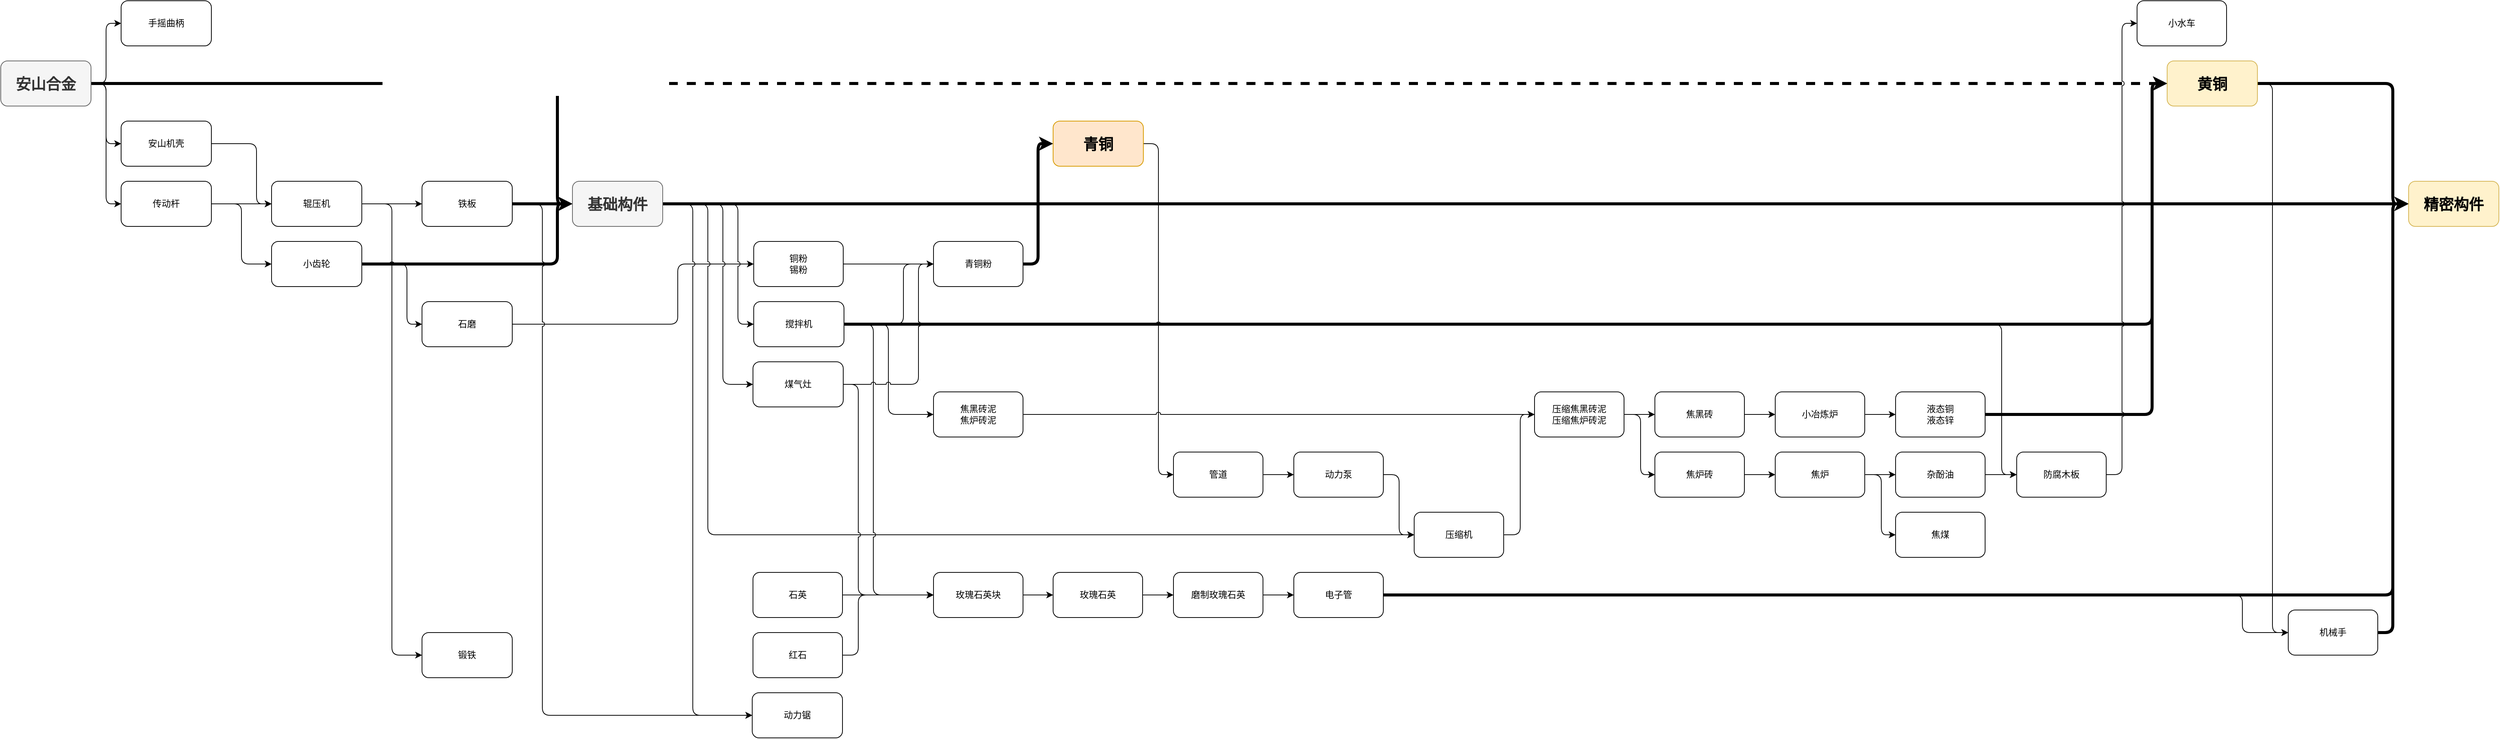
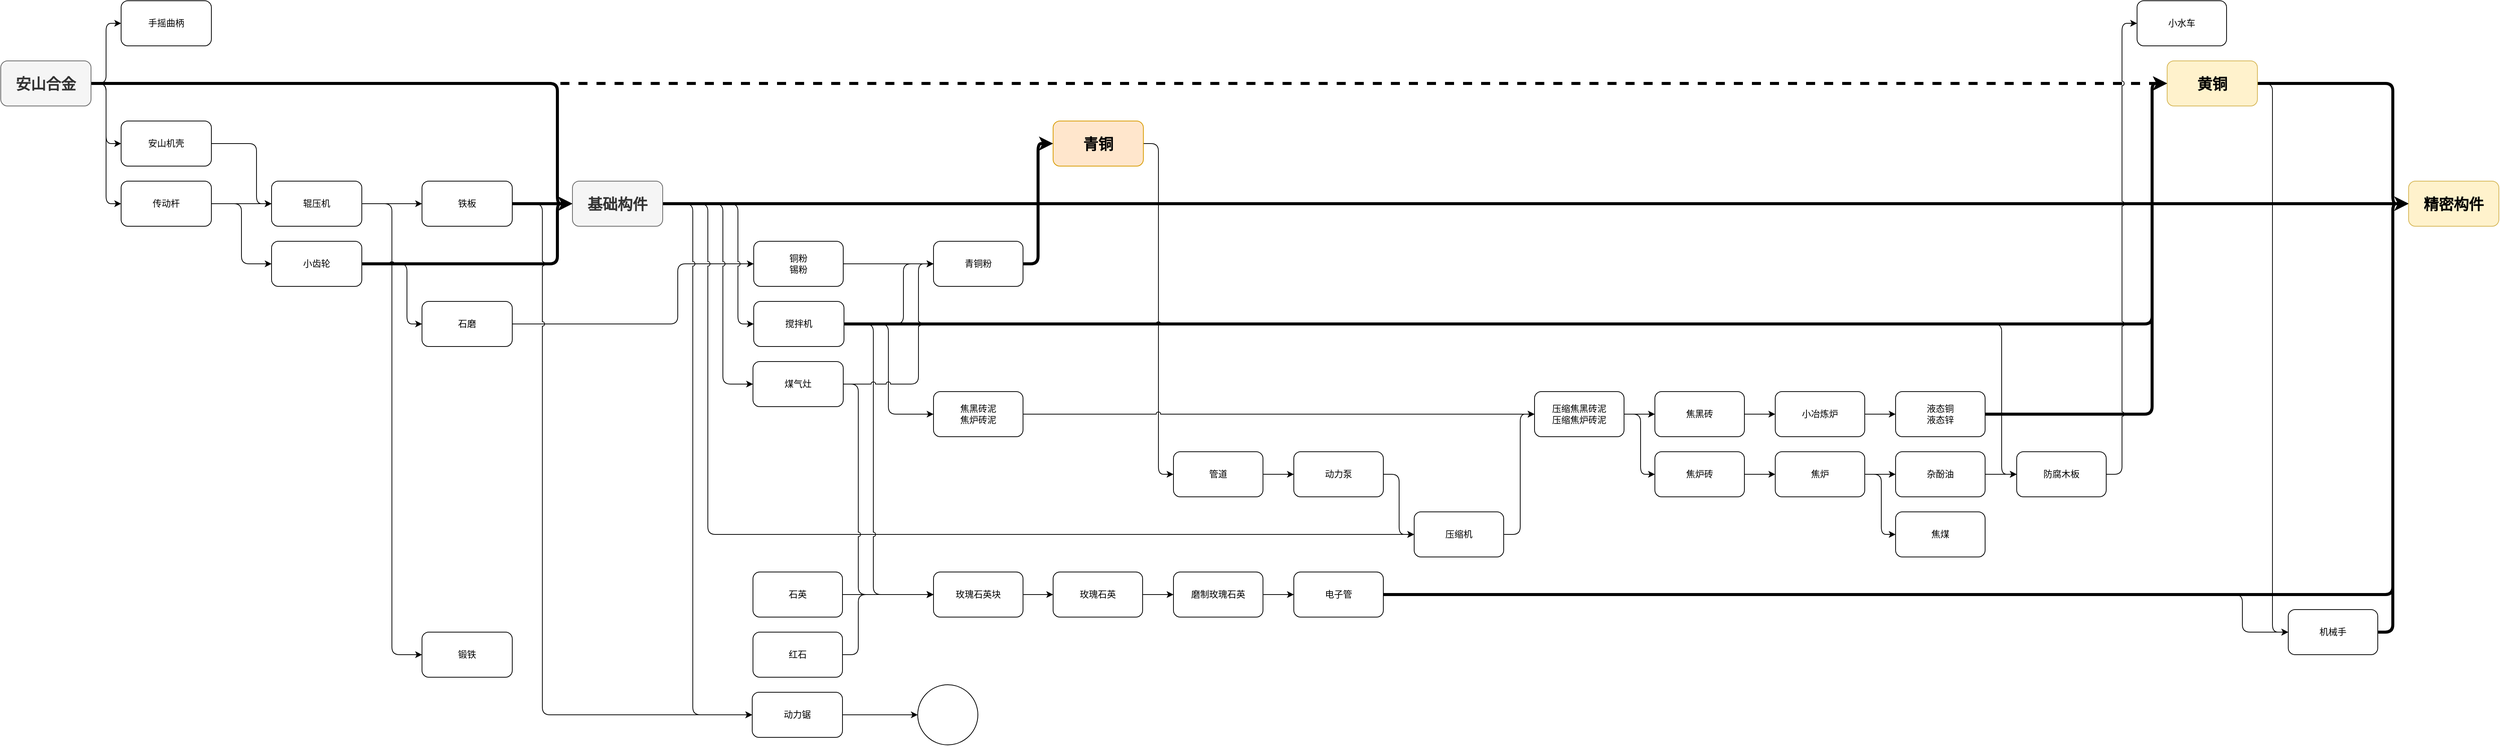
<mxfile host="app.diagrams.net">
  <diagram name="第 1 页" id="wbue6hbnNwZZhj_0dkD_">
-     <mxGraphModel dx="2386" dy="2703" grid="1" gridSize="10" guides="1" tooltips="1" connect="1" arrows="1" fold="1" page="1" pageScale="1" pageWidth="827" pageHeight="1169" math="0" shadow="0">
+     <mxGraphModel dx="1406" dy="1949" grid="1" gridSize="10" guides="1" tooltips="1" connect="1" arrows="1" fold="1" page="1" pageScale="1" pageWidth="827" pageHeight="1169" math="0" shadow="0">
      <root>
        <mxCell id="0" />
        <mxCell id="1" parent="0" />
        <mxCell id="hVVgvd0LLLONm7yzlIF5-7" edge="1" parent="1" source="hVVgvd0LLLONm7yzlIF5-4" style="edgeStyle=orthogonalEdgeStyle;rounded=1;orthogonalLoop=1;jettySize=auto;html=1;exitX=1;exitY=0.5;exitDx=0;exitDy=0;curved=0;strokeColor=#000000;align=center;verticalAlign=middle;fontFamily=Helvetica;fontSize=11;fontColor=default;labelBackgroundColor=default;jumpStyle=none;endArrow=classic;strokeWidth=4;dashed=1;" target="hVVgvd0LLLONm7yzlIF5-5">
          <mxGeometry relative="1" as="geometry">
            <Array as="points">
              <mxPoint x="270" y="80" />
              <mxPoint x="270" y="80" />
            </Array>
          </mxGeometry>
        </mxCell>
        <mxCell id="hVVgvd0LLLONm7yzlIF5-9" edge="1" parent="1" source="hVVgvd0LLLONm7yzlIF5-4" style="edgeStyle=orthogonalEdgeStyle;rounded=1;orthogonalLoop=1;jettySize=auto;html=1;exitX=1;exitY=0.5;exitDx=0;exitDy=0;entryX=0;entryY=0.5;entryDx=0;entryDy=0;curved=0;jumpStyle=arc;strokeColor=default;align=center;verticalAlign=middle;fontFamily=Helvetica;fontSize=11;fontColor=default;labelBackgroundColor=default;endArrow=classic;" target="hVVgvd0LLLONm7yzlIF5-8">
          <mxGeometry relative="1" as="geometry">
            <Array as="points">
              <mxPoint x="140" y="80" />
              <mxPoint x="140" y="240" />
            </Array>
          </mxGeometry>
        </mxCell>
        <mxCell id="hVVgvd0LLLONm7yzlIF5-11" edge="1" parent="1" source="hVVgvd0LLLONm7yzlIF5-4" style="edgeStyle=orthogonalEdgeStyle;rounded=1;orthogonalLoop=1;jettySize=auto;html=1;exitX=1;exitY=0.5;exitDx=0;exitDy=0;entryX=0;entryY=0.5;entryDx=0;entryDy=0;curved=0;strokeColor=default;align=center;verticalAlign=middle;fontFamily=Helvetica;fontSize=11;fontColor=default;labelBackgroundColor=default;jumpStyle=arc;endArrow=classic;" target="hVVgvd0LLLONm7yzlIF5-10">
          <mxGeometry relative="1" as="geometry" />
        </mxCell>
        <mxCell id="hVVgvd0LLLONm7yzlIF5-25" edge="1" parent="1" source="hVVgvd0LLLONm7yzlIF5-4" style="edgeStyle=orthogonalEdgeStyle;shape=connector;curved=0;rounded=1;jumpStyle=none;orthogonalLoop=1;jettySize=auto;html=1;exitX=1;exitY=0.5;exitDx=0;exitDy=0;entryX=0;entryY=0.5;entryDx=0;entryDy=0;strokeColor=default;align=center;verticalAlign=middle;fontFamily=Helvetica;fontSize=11;fontColor=default;labelBackgroundColor=default;endArrow=classic;strokeWidth=4;" target="hVVgvd0LLLONm7yzlIF5-23">
          <mxGeometry relative="1" as="geometry">
            <Array as="points">
              <mxPoint x="740" y="80" />
              <mxPoint x="740" y="240" />
            </Array>
          </mxGeometry>
        </mxCell>
        <mxCell id="BimTSkt5NrRpgPhiDMTA-27" edge="1" parent="1" source="hVVgvd0LLLONm7yzlIF5-4" style="edgeStyle=orthogonalEdgeStyle;shape=connector;curved=0;rounded=1;jumpStyle=arc;orthogonalLoop=1;jettySize=auto;html=1;exitX=1;exitY=0.5;exitDx=0;exitDy=0;entryX=0;entryY=0.5;entryDx=0;entryDy=0;strokeColor=default;align=center;verticalAlign=middle;fontFamily=Helvetica;fontSize=11;fontColor=default;labelBackgroundColor=default;endArrow=classic;" target="BimTSkt5NrRpgPhiDMTA-26">
          <mxGeometry relative="1" as="geometry" />
        </mxCell>
        <mxCell id="hVVgvd0LLLONm7yzlIF5-4" parent="1" style="rounded=1;whiteSpace=wrap;html=1;fillColor=#f5f5f5;fontColor=#333333;strokeColor=#666666;" value="&lt;b&gt;&lt;font style=&quot;font-size: 20px;&quot;&gt;安山合金&lt;/font&gt;&lt;/b&gt;" vertex="1">
          <mxGeometry height="60" width="120" y="50" as="geometry" />
        </mxCell>
        <mxCell id="BimTSkt5NrRpgPhiDMTA-9" edge="1" parent="1" source="hVVgvd0LLLONm7yzlIF5-5" style="edgeStyle=orthogonalEdgeStyle;shape=connector;curved=0;rounded=1;jumpStyle=arc;orthogonalLoop=1;jettySize=auto;html=1;exitX=1;exitY=0.5;exitDx=0;exitDy=0;entryX=0;entryY=0.5;entryDx=0;entryDy=0;strokeColor=default;align=center;verticalAlign=middle;fontFamily=Helvetica;fontSize=11;fontColor=default;labelBackgroundColor=default;endArrow=classic;strokeWidth=4;" target="BimTSkt5NrRpgPhiDMTA-8">
          <mxGeometry relative="1" as="geometry">
            <Array as="points">
              <mxPoint x="3180" y="80" />
              <mxPoint x="3180" y="240" />
            </Array>
          </mxGeometry>
        </mxCell>
        <mxCell id="BimTSkt5NrRpgPhiDMTA-15" edge="1" parent="1" source="hVVgvd0LLLONm7yzlIF5-5" style="edgeStyle=orthogonalEdgeStyle;shape=connector;curved=0;rounded=1;jumpStyle=arc;orthogonalLoop=1;jettySize=auto;html=1;exitX=1;exitY=0.5;exitDx=0;exitDy=0;entryX=0;entryY=0.5;entryDx=0;entryDy=0;strokeColor=default;align=center;verticalAlign=middle;fontFamily=Helvetica;fontSize=11;fontColor=default;labelBackgroundColor=default;endArrow=classic;" target="BimTSkt5NrRpgPhiDMTA-11">
          <mxGeometry relative="1" as="geometry">
            <Array as="points">
              <mxPoint x="3020" y="80" />
              <mxPoint x="3020" y="810" />
            </Array>
          </mxGeometry>
        </mxCell>
        <mxCell id="hVVgvd0LLLONm7yzlIF5-5" parent="1" style="rounded=1;whiteSpace=wrap;html=1;fillColor=#fff2cc;strokeColor=#d6b656;" value="&lt;b&gt;&lt;font style=&quot;font-size: 20px;&quot;&gt;黄铜&lt;/font&gt;&lt;/b&gt;" vertex="1">
          <mxGeometry height="60" width="120" x="2880" y="50" as="geometry" />
        </mxCell>
        <mxCell id="hVVgvd0LLLONm7yzlIF5-39" edge="1" parent="1" source="hVVgvd0LLLONm7yzlIF5-6" style="edgeStyle=orthogonalEdgeStyle;shape=connector;curved=0;rounded=1;jumpStyle=arc;orthogonalLoop=1;jettySize=auto;html=1;exitX=1;exitY=0.5;exitDx=0;exitDy=0;entryX=0;entryY=0.5;entryDx=0;entryDy=0;strokeColor=default;align=center;verticalAlign=middle;fontFamily=Helvetica;fontSize=11;fontColor=default;labelBackgroundColor=default;endArrow=classic;" target="hVVgvd0LLLONm7yzlIF5-38">
          <mxGeometry relative="1" as="geometry" />
        </mxCell>
        <mxCell id="hVVgvd0LLLONm7yzlIF5-6" parent="1" style="rounded=1;whiteSpace=wrap;html=1;fillColor=#ffe6cc;strokeColor=#d79b00;" value="&lt;b&gt;&lt;font style=&quot;font-size: 20px;&quot;&gt;青铜&lt;/font&gt;&lt;/b&gt;" vertex="1">
          <mxGeometry height="60" width="120" x="1399" y="130" as="geometry" />
        </mxCell>
        <mxCell id="hVVgvd0LLLONm7yzlIF5-14" edge="1" parent="1" source="hVVgvd0LLLONm7yzlIF5-8" style="edgeStyle=orthogonalEdgeStyle;shape=connector;curved=0;rounded=1;orthogonalLoop=1;jettySize=auto;html=1;exitX=1;exitY=0.5;exitDx=0;exitDy=0;entryX=0;entryY=0.5;entryDx=0;entryDy=0;strokeColor=default;align=center;verticalAlign=middle;fontFamily=Helvetica;fontSize=11;fontColor=default;labelBackgroundColor=default;endArrow=classic;jumpStyle=arc;" target="hVVgvd0LLLONm7yzlIF5-12">
          <mxGeometry relative="1" as="geometry" />
        </mxCell>
        <mxCell id="hVVgvd0LLLONm7yzlIF5-16" edge="1" parent="1" source="hVVgvd0LLLONm7yzlIF5-8" style="edgeStyle=orthogonalEdgeStyle;shape=connector;curved=0;rounded=1;orthogonalLoop=1;jettySize=auto;html=1;exitX=1;exitY=0.5;exitDx=0;exitDy=0;entryX=0;entryY=0.5;entryDx=0;entryDy=0;strokeColor=default;align=center;verticalAlign=middle;fontFamily=Helvetica;fontSize=11;fontColor=default;labelBackgroundColor=default;endArrow=classic;jumpStyle=arc;" target="hVVgvd0LLLONm7yzlIF5-15">
          <mxGeometry relative="1" as="geometry">
            <Array as="points">
              <mxPoint x="320" y="240" />
              <mxPoint x="320" y="320" />
            </Array>
            <mxPoint x="280" y="159.98" as="sourcePoint" />
            <mxPoint x="360" y="319.98" as="targetPoint" />
          </mxGeometry>
        </mxCell>
        <mxCell id="hVVgvd0LLLONm7yzlIF5-8" parent="1" style="rounded=1;whiteSpace=wrap;html=1;" value="传动杆" vertex="1">
          <mxGeometry height="60" width="120" x="160" y="210" as="geometry" />
        </mxCell>
        <mxCell id="hVVgvd0LLLONm7yzlIF5-13" edge="1" parent="1" source="hVVgvd0LLLONm7yzlIF5-10" style="edgeStyle=orthogonalEdgeStyle;shape=connector;curved=0;rounded=1;orthogonalLoop=1;jettySize=auto;html=1;exitX=1;exitY=0.5;exitDx=0;exitDy=0;strokeColor=default;align=center;verticalAlign=middle;fontFamily=Helvetica;fontSize=11;fontColor=default;labelBackgroundColor=default;endArrow=classic;entryX=0;entryY=0.5;entryDx=0;entryDy=0;jumpStyle=arc;" target="hVVgvd0LLLONm7yzlIF5-12">
          <mxGeometry relative="1" as="geometry">
            <Array as="points">
              <mxPoint x="340" y="160" />
              <mxPoint x="340" y="240" />
            </Array>
          </mxGeometry>
        </mxCell>
        <mxCell id="hVVgvd0LLLONm7yzlIF5-10" parent="1" style="rounded=1;whiteSpace=wrap;html=1;" value="安山机壳" vertex="1">
          <mxGeometry height="60" width="120" x="160" y="130" as="geometry" />
        </mxCell>
        <mxCell id="hVVgvd0LLLONm7yzlIF5-19" edge="1" parent="1" source="hVVgvd0LLLONm7yzlIF5-12" style="edgeStyle=orthogonalEdgeStyle;shape=connector;curved=0;rounded=1;orthogonalLoop=1;jettySize=auto;html=1;exitX=1;exitY=0.5;exitDx=0;exitDy=0;entryX=0;entryY=0.5;entryDx=0;entryDy=0;strokeColor=default;align=center;verticalAlign=middle;fontFamily=Helvetica;fontSize=11;fontColor=default;labelBackgroundColor=default;endArrow=classic;jumpStyle=arc;" target="hVVgvd0LLLONm7yzlIF5-18">
          <mxGeometry relative="1" as="geometry" />
        </mxCell>
        <mxCell id="hVVgvd0LLLONm7yzlIF5-22" edge="1" parent="1" source="hVVgvd0LLLONm7yzlIF5-12" style="edgeStyle=orthogonalEdgeStyle;shape=connector;curved=0;rounded=1;orthogonalLoop=1;jettySize=auto;html=1;exitX=1;exitY=0.5;exitDx=0;exitDy=0;entryX=0;entryY=0.5;entryDx=0;entryDy=0;strokeColor=default;align=center;verticalAlign=middle;fontFamily=Helvetica;fontSize=11;fontColor=default;labelBackgroundColor=default;endArrow=classic;jumpStyle=arc;" target="hVVgvd0LLLONm7yzlIF5-21">
          <mxGeometry relative="1" as="geometry" />
        </mxCell>
        <mxCell id="hVVgvd0LLLONm7yzlIF5-12" parent="1" style="rounded=1;whiteSpace=wrap;html=1;" value="辊压机" vertex="1">
          <mxGeometry height="60" width="120" x="360" y="210" as="geometry" />
        </mxCell>
        <mxCell id="hVVgvd0LLLONm7yzlIF5-20" edge="1" parent="1" source="hVVgvd0LLLONm7yzlIF5-15" style="edgeStyle=orthogonalEdgeStyle;shape=connector;curved=0;rounded=1;orthogonalLoop=1;jettySize=auto;html=1;exitX=1;exitY=0.5;exitDx=0;exitDy=0;strokeColor=default;align=center;verticalAlign=middle;fontFamily=Helvetica;fontSize=11;fontColor=default;labelBackgroundColor=default;endArrow=classic;entryX=0;entryY=0.5;entryDx=0;entryDy=0;jumpStyle=arc;" target="hVVgvd0LLLONm7yzlIF5-17">
          <mxGeometry relative="1" as="geometry">
            <Array as="points">
              <mxPoint x="540" y="320" />
              <mxPoint x="540" y="400" />
            </Array>
            <mxPoint x="550" y="319.9655172413793" as="targetPoint" />
          </mxGeometry>
        </mxCell>
        <mxCell id="BimTSkt5NrRpgPhiDMTA-10" edge="1" parent="1" source="hVVgvd0LLLONm7yzlIF5-15" style="edgeStyle=orthogonalEdgeStyle;shape=connector;curved=0;rounded=1;jumpStyle=none;orthogonalLoop=1;jettySize=auto;html=1;exitX=1;exitY=0.5;exitDx=0;exitDy=0;entryX=0;entryY=0.5;entryDx=0;entryDy=0;strokeColor=default;align=center;verticalAlign=middle;fontFamily=Helvetica;fontSize=11;fontColor=default;labelBackgroundColor=default;endArrow=classic;strokeWidth=4;" target="hVVgvd0LLLONm7yzlIF5-23">
          <mxGeometry relative="1" as="geometry">
            <Array as="points">
              <mxPoint x="740" y="320" />
              <mxPoint x="740" y="240" />
            </Array>
          </mxGeometry>
        </mxCell>
        <mxCell id="hVVgvd0LLLONm7yzlIF5-15" parent="1" style="rounded=1;whiteSpace=wrap;html=1;" value="小齿轮" vertex="1">
          <mxGeometry height="60" width="120" x="360" y="290" as="geometry" />
        </mxCell>
        <mxCell id="hVVgvd0LLLONm7yzlIF5-35" edge="1" parent="1" source="hVVgvd0LLLONm7yzlIF5-17" style="edgeStyle=orthogonalEdgeStyle;shape=connector;curved=0;rounded=1;jumpStyle=arc;orthogonalLoop=1;jettySize=auto;html=1;exitX=1;exitY=0.5;exitDx=0;exitDy=0;entryX=0;entryY=0.5;entryDx=0;entryDy=0;strokeColor=default;align=center;verticalAlign=middle;fontFamily=Helvetica;fontSize=11;fontColor=default;labelBackgroundColor=default;endArrow=classic;" target="hVVgvd0LLLONm7yzlIF5-32">
          <mxGeometry relative="1" as="geometry">
            <Array as="points">
              <mxPoint x="900" y="400" />
              <mxPoint x="900" y="320" />
            </Array>
          </mxGeometry>
        </mxCell>
        <mxCell id="hVVgvd0LLLONm7yzlIF5-17" parent="1" style="rounded=1;whiteSpace=wrap;html=1;" value="石磨" vertex="1">
          <mxGeometry height="60" width="120" x="560" y="370" as="geometry" />
        </mxCell>
        <mxCell id="hVVgvd0LLLONm7yzlIF5-24" edge="1" parent="1" source="hVVgvd0LLLONm7yzlIF5-18" style="edgeStyle=orthogonalEdgeStyle;shape=connector;curved=0;rounded=1;jumpStyle=none;orthogonalLoop=1;jettySize=auto;html=1;exitX=1;exitY=0.5;exitDx=0;exitDy=0;strokeColor=default;align=center;verticalAlign=middle;fontFamily=Helvetica;fontSize=11;fontColor=default;labelBackgroundColor=default;endArrow=classic;strokeWidth=4;entryX=0;entryY=0.5;entryDx=0;entryDy=0;" target="hVVgvd0LLLONm7yzlIF5-23">
          <mxGeometry relative="1" as="geometry" />
        </mxCell>
        <mxCell id="4fcqwB5ZCuZv3aRTupUW-13" edge="1" parent="1" source="hVVgvd0LLLONm7yzlIF5-18" style="edgeStyle=orthogonalEdgeStyle;shape=connector;curved=0;rounded=1;jumpStyle=arc;orthogonalLoop=1;jettySize=auto;html=1;exitX=1;exitY=0.5;exitDx=0;exitDy=0;entryX=0;entryY=0.5;entryDx=0;entryDy=0;strokeColor=default;align=center;verticalAlign=middle;fontFamily=Helvetica;fontSize=11;fontColor=default;labelBackgroundColor=default;endArrow=classic;" target="4fcqwB5ZCuZv3aRTupUW-11">
          <mxGeometry relative="1" as="geometry">
            <Array as="points">
              <mxPoint x="720" y="240" />
              <mxPoint x="720" y="920" />
            </Array>
          </mxGeometry>
        </mxCell>
        <mxCell id="hVVgvd0LLLONm7yzlIF5-18" parent="1" style="rounded=1;whiteSpace=wrap;html=1;" value="铁板" vertex="1">
          <mxGeometry height="60" width="120" x="560" y="210" as="geometry" />
        </mxCell>
        <mxCell id="hVVgvd0LLLONm7yzlIF5-21" parent="1" style="rounded=1;whiteSpace=wrap;html=1;" value="锻铁" vertex="1">
          <mxGeometry height="60" width="120" x="560" y="810" as="geometry" />
        </mxCell>
        <mxCell id="hVVgvd0LLLONm7yzlIF5-28" edge="1" parent="1" style="edgeStyle=orthogonalEdgeStyle;shape=connector;curved=0;rounded=1;jumpStyle=arc;orthogonalLoop=1;jettySize=auto;html=1;entryX=0;entryY=0.5;entryDx=0;entryDy=0;strokeColor=default;align=center;verticalAlign=middle;fontFamily=Helvetica;fontSize=11;fontColor=default;labelBackgroundColor=default;endArrow=classic;" target="hVVgvd0LLLONm7yzlIF5-27">
          <mxGeometry relative="1" as="geometry">
            <Array as="points">
              <mxPoint x="980" y="240" />
              <mxPoint x="980" y="400" />
            </Array>
            <mxPoint x="880" y="240" as="sourcePoint" />
          </mxGeometry>
        </mxCell>
        <mxCell id="hVVgvd0LLLONm7yzlIF5-44" edge="1" parent="1" source="hVVgvd0LLLONm7yzlIF5-23" style="edgeStyle=orthogonalEdgeStyle;shape=connector;curved=0;rounded=1;jumpStyle=arc;orthogonalLoop=1;jettySize=auto;html=1;exitX=1;exitY=0.5;exitDx=0;exitDy=0;entryX=0;entryY=0.5;entryDx=0;entryDy=0;strokeColor=default;align=center;verticalAlign=middle;fontFamily=Helvetica;fontSize=11;fontColor=default;labelBackgroundColor=default;endArrow=classic;" target="hVVgvd0LLLONm7yzlIF5-42">
          <mxGeometry relative="1" as="geometry">
            <Array as="points">
              <mxPoint x="940" y="240" />
              <mxPoint x="940" y="680" />
            </Array>
            <mxPoint x="920" y="240" as="sourcePoint" />
          </mxGeometry>
        </mxCell>
        <mxCell id="hVVgvd0LLLONm7yzlIF5-50" edge="1" parent="1" source="hVVgvd0LLLONm7yzlIF5-23" style="edgeStyle=orthogonalEdgeStyle;shape=connector;curved=0;rounded=1;jumpStyle=arc;orthogonalLoop=1;jettySize=auto;html=1;exitX=1;exitY=0.5;exitDx=0;exitDy=0;entryX=0;entryY=0.5;entryDx=0;entryDy=0;strokeColor=default;align=center;verticalAlign=middle;fontFamily=Helvetica;fontSize=11;fontColor=default;labelBackgroundColor=default;endArrow=classic;" target="hVVgvd0LLLONm7yzlIF5-48">
          <mxGeometry relative="1" as="geometry">
            <Array as="points">
              <mxPoint x="960" y="240" />
              <mxPoint x="960" y="480" />
            </Array>
            <mxPoint x="920" y="240" as="sourcePoint" />
          </mxGeometry>
        </mxCell>
        <mxCell id="4fcqwB5ZCuZv3aRTupUW-12" edge="1" parent="1" source="hVVgvd0LLLONm7yzlIF5-23" style="edgeStyle=orthogonalEdgeStyle;shape=connector;curved=0;rounded=1;jumpStyle=arc;orthogonalLoop=1;jettySize=auto;html=1;exitX=1;exitY=0.5;exitDx=0;exitDy=0;entryX=0;entryY=0.5;entryDx=0;entryDy=0;strokeColor=default;align=center;verticalAlign=middle;fontFamily=Helvetica;fontSize=11;fontColor=default;labelBackgroundColor=default;endArrow=classic;" target="4fcqwB5ZCuZv3aRTupUW-11">
          <mxGeometry relative="1" as="geometry">
            <Array as="points">
              <mxPoint x="920" y="240" />
              <mxPoint x="920" y="920" />
            </Array>
          </mxGeometry>
        </mxCell>
        <mxCell id="BimTSkt5NrRpgPhiDMTA-16" edge="1" parent="1" source="hVVgvd0LLLONm7yzlIF5-23" style="edgeStyle=orthogonalEdgeStyle;shape=connector;curved=0;rounded=1;jumpStyle=none;orthogonalLoop=1;jettySize=auto;html=1;exitX=1;exitY=0.5;exitDx=0;exitDy=0;entryX=0;entryY=0.5;entryDx=0;entryDy=0;strokeColor=#000000;align=center;verticalAlign=middle;fontFamily=Helvetica;fontSize=11;fontColor=default;labelBackgroundColor=default;endArrow=classic;strokeWidth=4;" target="BimTSkt5NrRpgPhiDMTA-8">
          <mxGeometry relative="1" as="geometry" />
        </mxCell>
        <mxCell id="hVVgvd0LLLONm7yzlIF5-23" parent="1" style="rounded=1;whiteSpace=wrap;html=1;fillColor=#f5f5f5;fontColor=#333333;strokeColor=#666666;" value="&lt;b&gt;&lt;font style=&quot;font-size: 20px;&quot;&gt;基础构件&lt;/font&gt;&lt;/b&gt;" vertex="1">
          <mxGeometry height="60" width="120" x="760" y="210" as="geometry" />
        </mxCell>
        <mxCell id="hVVgvd0LLLONm7yzlIF5-30" edge="1" parent="1" source="hVVgvd0LLLONm7yzlIF5-27" style="edgeStyle=orthogonalEdgeStyle;shape=connector;curved=0;rounded=1;jumpStyle=arc;orthogonalLoop=1;jettySize=auto;html=1;exitX=1;exitY=0.5;exitDx=0;exitDy=0;strokeColor=default;align=center;verticalAlign=middle;fontFamily=Helvetica;fontSize=11;fontColor=default;labelBackgroundColor=default;endArrow=classic;entryX=0;entryY=0.5;entryDx=0;entryDy=0;" target="hVVgvd0LLLONm7yzlIF5-29">
          <mxGeometry relative="1" as="geometry">
            <Array as="points">
              <mxPoint x="1200" y="400" />
              <mxPoint x="1200" y="320" />
            </Array>
            <mxPoint x="1200" y="410" as="targetPoint" />
          </mxGeometry>
        </mxCell>
        <mxCell id="hVVgvd0LLLONm7yzlIF5-37" edge="1" parent="1" source="hVVgvd0LLLONm7yzlIF5-27" style="edgeStyle=orthogonalEdgeStyle;shape=connector;curved=0;rounded=1;jumpStyle=arc;orthogonalLoop=1;jettySize=auto;html=1;exitX=1;exitY=0.5;exitDx=0;exitDy=0;entryX=0;entryY=0.5;entryDx=0;entryDy=0;strokeColor=default;align=center;verticalAlign=middle;fontFamily=Helvetica;fontSize=11;fontColor=default;labelBackgroundColor=default;endArrow=classic;" target="hVVgvd0LLLONm7yzlIF5-36">
          <mxGeometry relative="1" as="geometry">
            <Array as="points">
              <mxPoint x="1180" y="400" />
              <mxPoint x="1180" y="520" />
            </Array>
          </mxGeometry>
        </mxCell>
        <mxCell id="4fcqwB5ZCuZv3aRTupUW-6" edge="1" parent="1" source="hVVgvd0LLLONm7yzlIF5-27" style="edgeStyle=orthogonalEdgeStyle;shape=connector;curved=0;rounded=1;jumpStyle=arc;orthogonalLoop=1;jettySize=auto;html=1;exitX=1;exitY=0.5;exitDx=0;exitDy=0;entryX=0;entryY=0.5;entryDx=0;entryDy=0;strokeColor=default;align=center;verticalAlign=middle;fontFamily=Helvetica;fontSize=11;fontColor=default;labelBackgroundColor=default;endArrow=classic;" target="4fcqwB5ZCuZv3aRTupUW-4">
          <mxGeometry relative="1" as="geometry">
            <Array as="points">
              <mxPoint x="1160" y="400" />
              <mxPoint x="1160" y="760" />
            </Array>
          </mxGeometry>
        </mxCell>
        <mxCell id="BimTSkt5NrRpgPhiDMTA-6" edge="1" parent="1" source="hVVgvd0LLLONm7yzlIF5-27" style="edgeStyle=orthogonalEdgeStyle;shape=connector;curved=0;rounded=1;jumpStyle=none;orthogonalLoop=1;jettySize=auto;html=1;exitX=1;exitY=0.5;exitDx=0;exitDy=0;strokeColor=default;align=center;verticalAlign=middle;fontFamily=Helvetica;fontSize=11;fontColor=default;labelBackgroundColor=default;endArrow=classic;entryX=0;entryY=0.5;entryDx=0;entryDy=0;strokeWidth=4;" target="hVVgvd0LLLONm7yzlIF5-5">
          <mxGeometry relative="1" as="geometry">
            <Array as="points">
              <mxPoint x="2860" y="400" />
              <mxPoint x="2860" y="80" />
            </Array>
            <mxPoint x="2600" y="90" as="targetPoint" />
          </mxGeometry>
        </mxCell>
        <mxCell id="BimTSkt5NrRpgPhiDMTA-31" edge="1" parent="1" source="hVVgvd0LLLONm7yzlIF5-27" style="edgeStyle=orthogonalEdgeStyle;shape=connector;curved=0;rounded=1;jumpStyle=arc;orthogonalLoop=1;jettySize=auto;html=1;exitX=1;exitY=0.5;exitDx=0;exitDy=0;entryX=0;entryY=0.5;entryDx=0;entryDy=0;strokeColor=default;align=center;verticalAlign=middle;fontFamily=Helvetica;fontSize=11;fontColor=default;labelBackgroundColor=default;endArrow=classic;" target="BimTSkt5NrRpgPhiDMTA-29">
          <mxGeometry relative="1" as="geometry">
            <Array as="points">
              <mxPoint x="2660" y="400" />
              <mxPoint x="2660" y="600" />
            </Array>
          </mxGeometry>
        </mxCell>
        <mxCell id="hVVgvd0LLLONm7yzlIF5-27" parent="1" style="rounded=1;whiteSpace=wrap;html=1;" value="搅拌机" vertex="1">
          <mxGeometry height="60" width="120" x="1001" y="370" as="geometry" />
        </mxCell>
        <mxCell id="hVVgvd0LLLONm7yzlIF5-31" edge="1" parent="1" source="hVVgvd0LLLONm7yzlIF5-29" style="edgeStyle=orthogonalEdgeStyle;shape=connector;curved=0;rounded=1;jumpStyle=none;orthogonalLoop=1;jettySize=auto;html=1;exitX=1;exitY=0.5;exitDx=0;exitDy=0;entryX=0;entryY=0.5;entryDx=0;entryDy=0;strokeColor=default;align=center;verticalAlign=middle;fontFamily=Helvetica;fontSize=11;fontColor=default;labelBackgroundColor=default;endArrow=classic;strokeWidth=4;" target="hVVgvd0LLLONm7yzlIF5-6">
          <mxGeometry relative="1" as="geometry" />
        </mxCell>
        <mxCell id="hVVgvd0LLLONm7yzlIF5-29" parent="1" style="rounded=1;whiteSpace=wrap;html=1;" value="青铜粉" vertex="1">
          <mxGeometry height="60" width="119" x="1240" y="290" as="geometry" />
        </mxCell>
        <mxCell id="hVVgvd0LLLONm7yzlIF5-34" edge="1" parent="1" source="hVVgvd0LLLONm7yzlIF5-32" style="edgeStyle=orthogonalEdgeStyle;shape=connector;curved=0;rounded=1;jumpStyle=arc;orthogonalLoop=1;jettySize=auto;html=1;exitX=1;exitY=0.5;exitDx=0;exitDy=0;entryX=0;entryY=0.5;entryDx=0;entryDy=0;strokeColor=default;align=center;verticalAlign=middle;fontFamily=Helvetica;fontSize=11;fontColor=default;labelBackgroundColor=default;endArrow=classic;" target="hVVgvd0LLLONm7yzlIF5-29">
          <mxGeometry relative="1" as="geometry">
            <Array as="points">
              <mxPoint x="1190" y="320" />
              <mxPoint x="1190" y="320" />
            </Array>
          </mxGeometry>
        </mxCell>
        <mxCell id="hVVgvd0LLLONm7yzlIF5-32" parent="1" style="rounded=1;whiteSpace=wrap;html=1;" value="铜粉&lt;div&gt;锡粉&lt;/div&gt;" vertex="1">
          <mxGeometry height="60" width="119" x="1001" y="290" as="geometry" />
        </mxCell>
        <mxCell id="hVVgvd0LLLONm7yzlIF5-47" edge="1" parent="1" source="hVVgvd0LLLONm7yzlIF5-36" style="edgeStyle=orthogonalEdgeStyle;shape=connector;curved=0;rounded=1;jumpStyle=arc;orthogonalLoop=1;jettySize=auto;html=1;exitX=1;exitY=0.5;exitDx=0;exitDy=0;entryX=0;entryY=0.5;entryDx=0;entryDy=0;strokeColor=default;align=center;verticalAlign=middle;fontFamily=Helvetica;fontSize=11;fontColor=default;labelBackgroundColor=default;endArrow=classic;" target="hVVgvd0LLLONm7yzlIF5-45">
          <mxGeometry relative="1" as="geometry" />
        </mxCell>
        <mxCell id="hVVgvd0LLLONm7yzlIF5-36" parent="1" style="rounded=1;whiteSpace=wrap;html=1;" value="焦黑砖泥&lt;div&gt;焦炉砖泥&lt;/div&gt;" vertex="1">
          <mxGeometry height="60" width="119" x="1240" y="490" as="geometry" />
        </mxCell>
        <mxCell id="hVVgvd0LLLONm7yzlIF5-41" edge="1" parent="1" source="hVVgvd0LLLONm7yzlIF5-38" style="edgeStyle=orthogonalEdgeStyle;shape=connector;curved=0;rounded=1;jumpStyle=arc;orthogonalLoop=1;jettySize=auto;html=1;exitX=1;exitY=0.5;exitDx=0;exitDy=0;strokeColor=default;align=center;verticalAlign=middle;fontFamily=Helvetica;fontSize=11;fontColor=default;labelBackgroundColor=default;endArrow=classic;" target="hVVgvd0LLLONm7yzlIF5-40">
          <mxGeometry relative="1" as="geometry" />
        </mxCell>
        <mxCell id="hVVgvd0LLLONm7yzlIF5-38" parent="1" style="rounded=1;whiteSpace=wrap;html=1;" value="管道" vertex="1">
          <mxGeometry height="60" width="119" x="1559" y="570" as="geometry" />
        </mxCell>
        <mxCell id="hVVgvd0LLLONm7yzlIF5-43" edge="1" parent="1" source="hVVgvd0LLLONm7yzlIF5-40" style="edgeStyle=orthogonalEdgeStyle;shape=connector;curved=0;rounded=1;jumpStyle=arc;orthogonalLoop=1;jettySize=auto;html=1;exitX=1;exitY=0.5;exitDx=0;exitDy=0;strokeColor=default;align=center;verticalAlign=middle;fontFamily=Helvetica;fontSize=11;fontColor=default;labelBackgroundColor=default;endArrow=classic;" target="hVVgvd0LLLONm7yzlIF5-42">
          <mxGeometry relative="1" as="geometry">
            <Array as="points">
              <mxPoint x="1859" y="600" />
              <mxPoint x="1859" y="680" />
            </Array>
          </mxGeometry>
        </mxCell>
        <mxCell id="hVVgvd0LLLONm7yzlIF5-40" parent="1" style="rounded=1;whiteSpace=wrap;html=1;" value="动力泵" vertex="1">
          <mxGeometry height="60" width="119" x="1719" y="570" as="geometry" />
        </mxCell>
        <mxCell id="hVVgvd0LLLONm7yzlIF5-46" edge="1" parent="1" source="hVVgvd0LLLONm7yzlIF5-42" style="edgeStyle=orthogonalEdgeStyle;shape=connector;curved=0;rounded=1;jumpStyle=arc;orthogonalLoop=1;jettySize=auto;html=1;exitX=1;exitY=0.5;exitDx=0;exitDy=0;entryX=0;entryY=0.5;entryDx=0;entryDy=0;strokeColor=default;align=center;verticalAlign=middle;fontFamily=Helvetica;fontSize=11;fontColor=default;labelBackgroundColor=default;endArrow=classic;" target="hVVgvd0LLLONm7yzlIF5-45">
          <mxGeometry relative="1" as="geometry">
            <Array as="points">
              <mxPoint x="2020" y="680" />
              <mxPoint x="2020" y="520" />
            </Array>
          </mxGeometry>
        </mxCell>
        <mxCell id="hVVgvd0LLLONm7yzlIF5-42" parent="1" style="rounded=1;whiteSpace=wrap;html=1;" value="压缩机" vertex="1">
          <mxGeometry height="60" width="119" x="1879" y="650" as="geometry" />
        </mxCell>
        <mxCell id="Ze34olLxH3gQG4Mn-upq-2" edge="1" parent="1" source="hVVgvd0LLLONm7yzlIF5-45" style="edgeStyle=orthogonalEdgeStyle;rounded=1;orthogonalLoop=1;jettySize=auto;html=1;exitX=1;exitY=0.5;exitDx=0;exitDy=0;entryX=0;entryY=0.5;entryDx=0;entryDy=0;" target="Ze34olLxH3gQG4Mn-upq-1">
          <mxGeometry relative="1" as="geometry" />
        </mxCell>
        <mxCell id="BimTSkt5NrRpgPhiDMTA-18" edge="1" parent="1" source="hVVgvd0LLLONm7yzlIF5-45" style="edgeStyle=orthogonalEdgeStyle;shape=connector;curved=0;rounded=1;jumpStyle=arc;orthogonalLoop=1;jettySize=auto;html=1;exitX=1;exitY=0.5;exitDx=0;exitDy=0;entryX=0;entryY=0.5;entryDx=0;entryDy=0;strokeColor=default;align=center;verticalAlign=middle;fontFamily=Helvetica;fontSize=11;fontColor=default;labelBackgroundColor=default;endArrow=classic;" target="BimTSkt5NrRpgPhiDMTA-17">
          <mxGeometry relative="1" as="geometry">
            <Array as="points">
              <mxPoint x="2180" y="520" />
              <mxPoint x="2180" y="600" />
            </Array>
          </mxGeometry>
        </mxCell>
        <mxCell id="hVVgvd0LLLONm7yzlIF5-45" parent="1" style="rounded=1;whiteSpace=wrap;html=1;" value="压缩焦黑砖泥&lt;div&gt;压缩焦炉砖泥&lt;/div&gt;" vertex="1">
          <mxGeometry height="60" width="119" x="2039" y="490" as="geometry" />
        </mxCell>
        <mxCell id="hVVgvd0LLLONm7yzlIF5-49" edge="1" parent="1" source="hVVgvd0LLLONm7yzlIF5-48" style="edgeStyle=orthogonalEdgeStyle;shape=connector;curved=0;rounded=1;jumpStyle=arc;orthogonalLoop=1;jettySize=auto;html=1;exitX=1;exitY=0.5;exitDx=0;exitDy=0;entryX=0;entryY=0.5;entryDx=0;entryDy=0;strokeColor=default;align=center;verticalAlign=middle;fontFamily=Helvetica;fontSize=11;fontColor=default;labelBackgroundColor=default;endArrow=classic;" target="hVVgvd0LLLONm7yzlIF5-29">
          <mxGeometry relative="1" as="geometry">
            <Array as="points">
              <mxPoint x="1220" y="480" />
              <mxPoint x="1220" y="320" />
            </Array>
          </mxGeometry>
        </mxCell>
        <mxCell id="2kDL9RDc8AbcMjuMP2Lo-1" edge="1" parent="1" source="hVVgvd0LLLONm7yzlIF5-48" style="edgeStyle=orthogonalEdgeStyle;rounded=1;orthogonalLoop=1;jettySize=auto;html=1;exitX=1;exitY=0.5;exitDx=0;exitDy=0;entryX=0;entryY=0.5;entryDx=0;entryDy=0;jumpStyle=arc;curved=0;" target="4fcqwB5ZCuZv3aRTupUW-4">
          <mxGeometry relative="1" as="geometry">
            <Array as="points">
              <mxPoint x="1140" y="480" />
              <mxPoint x="1140" y="760" />
            </Array>
          </mxGeometry>
        </mxCell>
        <mxCell id="hVVgvd0LLLONm7yzlIF5-48" parent="1" style="rounded=1;whiteSpace=wrap;html=1;" value="煤气灶" vertex="1">
          <mxGeometry height="60" width="120" x="1000" y="450" as="geometry" />
        </mxCell>
        <mxCell id="4fcqwB5ZCuZv3aRTupUW-8" edge="1" parent="1" source="4fcqwB5ZCuZv3aRTupUW-1" style="edgeStyle=orthogonalEdgeStyle;shape=connector;curved=0;rounded=1;jumpStyle=arc;orthogonalLoop=1;jettySize=auto;html=1;exitX=1;exitY=0.5;exitDx=0;exitDy=0;strokeColor=default;align=center;verticalAlign=middle;fontFamily=Helvetica;fontSize=11;fontColor=default;labelBackgroundColor=default;endArrow=classic;entryX=0;entryY=0.5;entryDx=0;entryDy=0;" target="4fcqwB5ZCuZv3aRTupUW-4">
          <mxGeometry relative="1" as="geometry">
            <mxPoint x="1200" y="759.9565217391305" as="targetPoint" />
          </mxGeometry>
        </mxCell>
        <mxCell id="4fcqwB5ZCuZv3aRTupUW-1" parent="1" style="rounded=1;whiteSpace=wrap;html=1;" value="石英" vertex="1">
          <mxGeometry height="60" width="119" x="1000" y="730" as="geometry" />
        </mxCell>
        <mxCell id="4fcqwB5ZCuZv3aRTupUW-10" edge="1" parent="1" source="4fcqwB5ZCuZv3aRTupUW-2" style="edgeStyle=orthogonalEdgeStyle;shape=connector;curved=0;rounded=1;jumpStyle=arc;orthogonalLoop=1;jettySize=auto;html=1;exitX=1;exitY=0.5;exitDx=0;exitDy=0;entryX=0;entryY=0.5;entryDx=0;entryDy=0;strokeColor=default;align=center;verticalAlign=middle;fontFamily=Helvetica;fontSize=11;fontColor=default;labelBackgroundColor=default;endArrow=classic;" target="4fcqwB5ZCuZv3aRTupUW-5">
          <mxGeometry relative="1" as="geometry" />
        </mxCell>
        <mxCell id="4fcqwB5ZCuZv3aRTupUW-2" parent="1" style="rounded=1;whiteSpace=wrap;html=1;" value="玫瑰石英" vertex="1">
          <mxGeometry height="60" width="119" x="1399" y="730" as="geometry" />
        </mxCell>
        <mxCell id="4fcqwB5ZCuZv3aRTupUW-7" edge="1" parent="1" source="4fcqwB5ZCuZv3aRTupUW-3" style="edgeStyle=orthogonalEdgeStyle;shape=connector;curved=0;rounded=1;jumpStyle=arc;orthogonalLoop=1;jettySize=auto;html=1;exitX=1;exitY=0.5;exitDx=0;exitDy=0;entryX=0;entryY=0.5;entryDx=0;entryDy=0;strokeColor=default;align=center;verticalAlign=middle;fontFamily=Helvetica;fontSize=11;fontColor=default;labelBackgroundColor=default;endArrow=classic;" target="4fcqwB5ZCuZv3aRTupUW-4">
          <mxGeometry relative="1" as="geometry">
            <Array as="points">
              <mxPoint x="1140" y="840" />
              <mxPoint x="1140" y="760" />
            </Array>
          </mxGeometry>
        </mxCell>
        <mxCell id="4fcqwB5ZCuZv3aRTupUW-3" parent="1" style="rounded=1;whiteSpace=wrap;html=1;" value="红石" vertex="1">
          <mxGeometry height="60" width="119" x="1000" y="810" as="geometry" />
        </mxCell>
        <mxCell id="4fcqwB5ZCuZv3aRTupUW-9" edge="1" parent="1" source="4fcqwB5ZCuZv3aRTupUW-4" style="edgeStyle=orthogonalEdgeStyle;shape=connector;curved=0;rounded=1;jumpStyle=arc;orthogonalLoop=1;jettySize=auto;html=1;exitX=1;exitY=0.5;exitDx=0;exitDy=0;entryX=0;entryY=0.5;entryDx=0;entryDy=0;strokeColor=default;align=center;verticalAlign=middle;fontFamily=Helvetica;fontSize=11;fontColor=default;labelBackgroundColor=default;endArrow=classic;" target="4fcqwB5ZCuZv3aRTupUW-2">
          <mxGeometry relative="1" as="geometry" />
        </mxCell>
        <mxCell id="4fcqwB5ZCuZv3aRTupUW-4" parent="1" style="rounded=1;whiteSpace=wrap;html=1;" value="玫瑰石英块" vertex="1">
          <mxGeometry height="60" width="119" x="1240" y="730" as="geometry" />
        </mxCell>
        <mxCell id="2kDL9RDc8AbcMjuMP2Lo-4" edge="1" parent="1" source="4fcqwB5ZCuZv3aRTupUW-5" style="edgeStyle=orthogonalEdgeStyle;shape=connector;curved=0;rounded=1;jumpStyle=arc;orthogonalLoop=1;jettySize=auto;html=1;exitX=1;exitY=0.5;exitDx=0;exitDy=0;entryX=0;entryY=0.5;entryDx=0;entryDy=0;strokeColor=default;align=center;verticalAlign=middle;fontFamily=Helvetica;fontSize=11;fontColor=default;labelBackgroundColor=default;endArrow=classic;" target="2kDL9RDc8AbcMjuMP2Lo-3">
          <mxGeometry relative="1" as="geometry" />
        </mxCell>
        <mxCell id="4fcqwB5ZCuZv3aRTupUW-5" parent="1" style="rounded=1;whiteSpace=wrap;html=1;" value="磨制玫瑰石英" vertex="1">
          <mxGeometry height="60" width="119" x="1559" y="730" as="geometry" />
        </mxCell>
+         <mxCell id="IWRMCIa9L9qCWinhNBWX-2" edge="1" parent="1" source="4fcqwB5ZCuZv3aRTupUW-11" style="edgeStyle=orthogonalEdgeStyle;rounded=0;orthogonalLoop=1;jettySize=auto;html=1;" target="IWRMCIa9L9qCWinhNBWX-1" value="">
+           <mxGeometry relative="1" as="geometry" />
+         </mxCell>
        <mxCell id="4fcqwB5ZCuZv3aRTupUW-11" parent="1" style="rounded=1;whiteSpace=wrap;html=1;" value="动力锯" vertex="1">
          <mxGeometry height="60" width="120" x="999" y="890" as="geometry" />
        </mxCell>
        <mxCell id="BimTSkt5NrRpgPhiDMTA-12" edge="1" parent="1" source="2kDL9RDc8AbcMjuMP2Lo-3" style="edgeStyle=orthogonalEdgeStyle;shape=connector;curved=0;rounded=1;jumpStyle=arc;orthogonalLoop=1;jettySize=auto;html=1;exitX=1;exitY=0.5;exitDx=0;exitDy=0;entryX=0;entryY=0.5;entryDx=0;entryDy=0;strokeColor=default;align=center;verticalAlign=middle;fontFamily=Helvetica;fontSize=11;fontColor=default;labelBackgroundColor=default;endArrow=classic;" target="BimTSkt5NrRpgPhiDMTA-11">
          <mxGeometry relative="1" as="geometry">
            <Array as="points">
              <mxPoint x="2980" y="760" />
              <mxPoint x="2980" y="810" />
            </Array>
          </mxGeometry>
        </mxCell>
        <mxCell id="BimTSkt5NrRpgPhiDMTA-13" edge="1" parent="1" source="2kDL9RDc8AbcMjuMP2Lo-3" style="edgeStyle=orthogonalEdgeStyle;shape=connector;curved=0;rounded=1;jumpStyle=none;orthogonalLoop=1;jettySize=auto;html=1;exitX=1;exitY=0.5;exitDx=0;exitDy=0;entryX=0;entryY=0.5;entryDx=0;entryDy=0;strokeColor=default;align=center;verticalAlign=middle;fontFamily=Helvetica;fontSize=11;fontColor=default;labelBackgroundColor=default;endArrow=classic;strokeWidth=4;" target="BimTSkt5NrRpgPhiDMTA-8">
          <mxGeometry relative="1" as="geometry">
            <Array as="points">
              <mxPoint x="3180" y="760" />
              <mxPoint x="3180" y="240" />
            </Array>
          </mxGeometry>
        </mxCell>
        <mxCell id="2kDL9RDc8AbcMjuMP2Lo-3" parent="1" style="rounded=1;whiteSpace=wrap;html=1;" value="电子管" vertex="1">
          <mxGeometry height="60" width="119" x="1719" y="730" as="geometry" />
        </mxCell>
        <mxCell id="BimTSkt5NrRpgPhiDMTA-3" edge="1" parent="1" source="Ze34olLxH3gQG4Mn-upq-1" style="edgeStyle=orthogonalEdgeStyle;rounded=1;orthogonalLoop=1;jettySize=auto;html=1;exitX=1;exitY=0.5;exitDx=0;exitDy=0;entryX=0;entryY=0.5;entryDx=0;entryDy=0;" target="BimTSkt5NrRpgPhiDMTA-1">
          <mxGeometry relative="1" as="geometry" />
        </mxCell>
        <mxCell id="Ze34olLxH3gQG4Mn-upq-1" parent="1" style="rounded=1;whiteSpace=wrap;html=1;" value="焦黑砖" vertex="1">
          <mxGeometry height="60" width="119" x="2199" y="490" as="geometry" />
        </mxCell>
        <mxCell id="BimTSkt5NrRpgPhiDMTA-4" edge="1" parent="1" source="BimTSkt5NrRpgPhiDMTA-1" style="edgeStyle=orthogonalEdgeStyle;rounded=1;orthogonalLoop=1;jettySize=auto;html=1;exitX=1;exitY=0.5;exitDx=0;exitDy=0;entryX=0;entryY=0.5;entryDx=0;entryDy=0;" target="BimTSkt5NrRpgPhiDMTA-2">
          <mxGeometry relative="1" as="geometry" />
        </mxCell>
        <mxCell id="BimTSkt5NrRpgPhiDMTA-1" parent="1" style="rounded=1;whiteSpace=wrap;html=1;" value="小冶炼炉" vertex="1">
          <mxGeometry height="60" width="119" x="2359" y="490" as="geometry" />
        </mxCell>
        <mxCell id="BimTSkt5NrRpgPhiDMTA-7" edge="1" parent="1" source="BimTSkt5NrRpgPhiDMTA-2" style="edgeStyle=orthogonalEdgeStyle;shape=connector;curved=0;rounded=1;jumpStyle=none;orthogonalLoop=1;jettySize=auto;html=1;exitX=1;exitY=0.5;exitDx=0;exitDy=0;strokeColor=default;align=center;verticalAlign=middle;fontFamily=Helvetica;fontSize=11;fontColor=default;labelBackgroundColor=default;endArrow=classic;strokeWidth=4;entryX=0;entryY=0.5;entryDx=0;entryDy=0;" target="hVVgvd0LLLONm7yzlIF5-5">
          <mxGeometry relative="1" as="geometry">
            <Array as="points">
              <mxPoint x="2860" y="520" />
              <mxPoint x="2860" y="80" />
            </Array>
            <mxPoint x="2680" y="80" as="targetPoint" />
          </mxGeometry>
        </mxCell>
        <mxCell id="BimTSkt5NrRpgPhiDMTA-2" parent="1" style="rounded=1;whiteSpace=wrap;html=1;" value="&lt;div&gt;液态铜&lt;/div&gt;液态锌" vertex="1">
          <mxGeometry height="60" width="119" x="2519" y="490" as="geometry" />
        </mxCell>
        <mxCell id="BimTSkt5NrRpgPhiDMTA-8" parent="1" style="rounded=1;whiteSpace=wrap;html=1;fillColor=#fff2cc;strokeColor=#d6b656;" value="&lt;b&gt;&lt;font style=&quot;font-size: 20px;&quot;&gt;精密构件&lt;/font&gt;&lt;/b&gt;" vertex="1">
          <mxGeometry height="60" width="120" x="3201" y="210" as="geometry" />
        </mxCell>
        <mxCell id="BimTSkt5NrRpgPhiDMTA-14" edge="1" parent="1" source="BimTSkt5NrRpgPhiDMTA-11" style="edgeStyle=orthogonalEdgeStyle;shape=connector;curved=0;rounded=1;jumpStyle=none;orthogonalLoop=1;jettySize=auto;html=1;exitX=1;exitY=0.5;exitDx=0;exitDy=0;entryX=0;entryY=0.5;entryDx=0;entryDy=0;strokeColor=default;align=center;verticalAlign=middle;fontFamily=Helvetica;fontSize=11;fontColor=default;labelBackgroundColor=default;endArrow=classic;strokeWidth=4;" target="BimTSkt5NrRpgPhiDMTA-8">
          <mxGeometry relative="1" as="geometry">
            <Array as="points">
              <mxPoint x="3180" y="810" />
              <mxPoint x="3180" y="240" />
            </Array>
          </mxGeometry>
        </mxCell>
        <mxCell id="BimTSkt5NrRpgPhiDMTA-11" parent="1" style="rounded=1;whiteSpace=wrap;html=1;" value="机械手" vertex="1">
          <mxGeometry height="60" width="119" x="3041" y="780" as="geometry" />
        </mxCell>
        <mxCell id="BimTSkt5NrRpgPhiDMTA-21" edge="1" parent="1" source="BimTSkt5NrRpgPhiDMTA-17" style="edgeStyle=orthogonalEdgeStyle;shape=connector;curved=0;rounded=1;jumpStyle=arc;orthogonalLoop=1;jettySize=auto;html=1;exitX=1;exitY=0.5;exitDx=0;exitDy=0;entryX=0;entryY=0.5;entryDx=0;entryDy=0;strokeColor=default;align=center;verticalAlign=middle;fontFamily=Helvetica;fontSize=11;fontColor=default;labelBackgroundColor=default;endArrow=classic;" target="BimTSkt5NrRpgPhiDMTA-20">
          <mxGeometry relative="1" as="geometry" />
        </mxCell>
        <mxCell id="BimTSkt5NrRpgPhiDMTA-17" parent="1" style="rounded=1;whiteSpace=wrap;html=1;" value="焦炉砖" vertex="1">
          <mxGeometry height="60" width="119" x="2199" y="570" as="geometry" />
        </mxCell>
        <mxCell id="BimTSkt5NrRpgPhiDMTA-24" edge="1" parent="1" source="BimTSkt5NrRpgPhiDMTA-20" style="edgeStyle=orthogonalEdgeStyle;shape=connector;curved=0;rounded=1;jumpStyle=arc;orthogonalLoop=1;jettySize=auto;html=1;exitX=1;exitY=0.5;exitDx=0;exitDy=0;entryX=0;entryY=0.5;entryDx=0;entryDy=0;strokeColor=default;align=center;verticalAlign=middle;fontFamily=Helvetica;fontSize=11;fontColor=default;labelBackgroundColor=default;endArrow=classic;" target="BimTSkt5NrRpgPhiDMTA-23">
          <mxGeometry relative="1" as="geometry" />
        </mxCell>
        <mxCell id="BimTSkt5NrRpgPhiDMTA-25" edge="1" parent="1" source="BimTSkt5NrRpgPhiDMTA-20" style="edgeStyle=orthogonalEdgeStyle;shape=connector;curved=0;rounded=1;jumpStyle=arc;orthogonalLoop=1;jettySize=auto;html=1;exitX=1;exitY=0.5;exitDx=0;exitDy=0;entryX=0;entryY=0.5;entryDx=0;entryDy=0;strokeColor=default;align=center;verticalAlign=middle;fontFamily=Helvetica;fontSize=11;fontColor=default;labelBackgroundColor=default;endArrow=classic;" target="BimTSkt5NrRpgPhiDMTA-22">
          <mxGeometry relative="1" as="geometry">
            <Array as="points">
              <mxPoint x="2500" y="600" />
              <mxPoint x="2500" y="680" />
            </Array>
          </mxGeometry>
        </mxCell>
        <mxCell id="BimTSkt5NrRpgPhiDMTA-20" parent="1" style="rounded=1;whiteSpace=wrap;html=1;" value="焦炉" vertex="1">
          <mxGeometry height="60" width="119" x="2359" y="570" as="geometry" />
        </mxCell>
        <mxCell id="BimTSkt5NrRpgPhiDMTA-22" parent="1" style="rounded=1;whiteSpace=wrap;html=1;" value="焦煤" vertex="1">
          <mxGeometry height="60" width="119" x="2519" y="650" as="geometry" />
        </mxCell>
        <mxCell id="BimTSkt5NrRpgPhiDMTA-30" edge="1" parent="1" source="BimTSkt5NrRpgPhiDMTA-23" style="edgeStyle=orthogonalEdgeStyle;shape=connector;curved=0;rounded=1;jumpStyle=arc;orthogonalLoop=1;jettySize=auto;html=1;exitX=1;exitY=0.5;exitDx=0;exitDy=0;entryX=0;entryY=0.5;entryDx=0;entryDy=0;strokeColor=default;align=center;verticalAlign=middle;fontFamily=Helvetica;fontSize=11;fontColor=default;labelBackgroundColor=default;endArrow=classic;" target="BimTSkt5NrRpgPhiDMTA-29">
          <mxGeometry relative="1" as="geometry">
            <Array as="points">
              <mxPoint x="2680" y="600" />
            </Array>
          </mxGeometry>
        </mxCell>
        <mxCell id="BimTSkt5NrRpgPhiDMTA-23" parent="1" style="rounded=1;whiteSpace=wrap;html=1;" value="杂酚油" vertex="1">
          <mxGeometry height="60" width="119" x="2519" y="570" as="geometry" />
        </mxCell>
        <mxCell id="BimTSkt5NrRpgPhiDMTA-26" parent="1" style="rounded=1;whiteSpace=wrap;html=1;" value="手摇曲柄" vertex="1">
          <mxGeometry height="60" width="120" x="160" y="-30" as="geometry" />
        </mxCell>
        <mxCell id="BimTSkt5NrRpgPhiDMTA-33" edge="1" parent="1" source="BimTSkt5NrRpgPhiDMTA-29" style="edgeStyle=orthogonalEdgeStyle;shape=connector;curved=0;rounded=1;jumpStyle=arc;orthogonalLoop=1;jettySize=auto;html=1;strokeColor=default;align=center;verticalAlign=middle;fontFamily=Helvetica;fontSize=11;fontColor=default;labelBackgroundColor=default;endArrow=classic;" target="BimTSkt5NrRpgPhiDMTA-32" value="">
          <mxGeometry relative="1" as="geometry">
            <Array as="points">
              <mxPoint x="2820" y="600" />
              <mxPoint x="2820" />
            </Array>
          </mxGeometry>
        </mxCell>
        <mxCell id="BimTSkt5NrRpgPhiDMTA-29" parent="1" style="rounded=1;whiteSpace=wrap;html=1;" value="防腐木板" vertex="1">
          <mxGeometry height="60" width="119" x="2680" y="570" as="geometry" />
        </mxCell>
        <mxCell id="BimTSkt5NrRpgPhiDMTA-32" parent="1" style="rounded=1;whiteSpace=wrap;html=1;" value="小水车" vertex="1">
          <mxGeometry height="60" width="119" x="2840" y="-30" as="geometry" />
+         </mxCell>
+         <mxCell id="IWRMCIa9L9qCWinhNBWX-1" parent="1" style="ellipse;whiteSpace=wrap;html=1;rounded=1;" value="" vertex="1">
+           <mxGeometry height="80" width="80" x="1219" y="880" as="geometry" />
        </mxCell>
      </root>
    </mxGraphModel>
  </diagram>
</mxfile>
